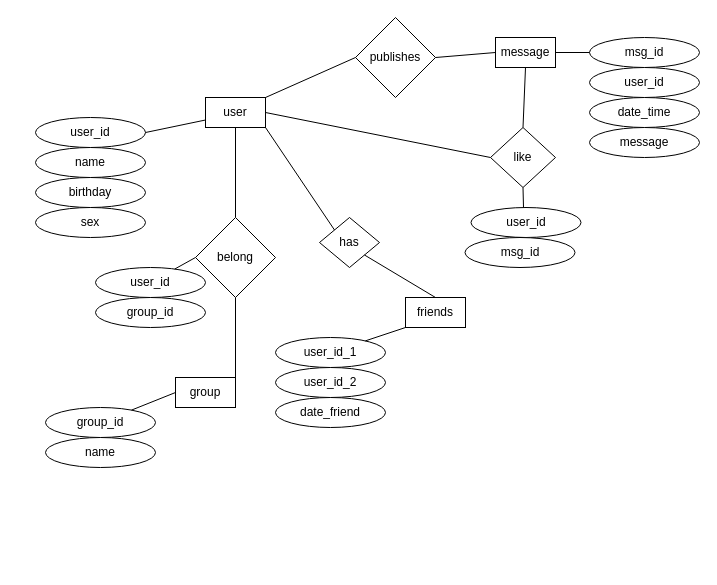
emilbreustedt/DB-Lab-1 keeps this draw.io diagram as Lab 2/LAB2_Databases.drawio. Above is the earlier version. Source tidied: cells renumbered, new cells numbered last; positions are measured from the earlier drawing's top-left corner, leaving out a move shared by most shapes. Both pictures are drawn from the tidied source at 100%, with x=0, y=0 at pixel (35, 17).
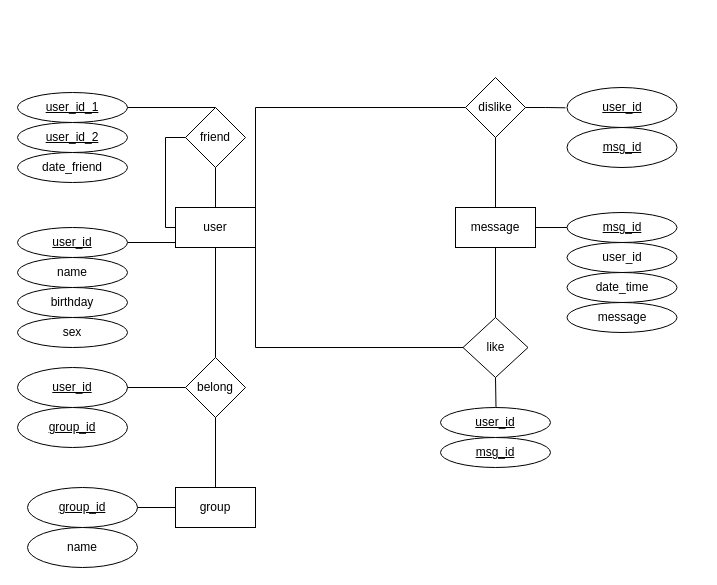
The same diagram, later.

Change to the diagram source:
```diff
@@
+    <mxCell id="41" style="edgeStyle=orthogonalEdgeStyle;rounded=0;jettySize=auto;html=1;exitX=0;exitY=1;exitDx=0;exitDy=0;entryX=1;entryY=0.5;entryDx=0;entryDy=0;endArrow=none;endFill=0;" parent="1" edge="1" source="2" target="3">
+      <mxGeometry relative="1" as="geometry">
+        <Array as="points">
+          <mxPoint x="152" y="225" />
+        </Array>
+      </mxGeometry>
+    </mxCell>
+    <mxCell id="42" style="edgeStyle=orthogonalEdgeStyle;rounded=0;jettySize=auto;html=1;exitX=0.5;exitY=1;exitDx=0;exitDy=0;endArrow=none;endFill=0;" parent="1" edge="1" source="2" target="30">
+      <mxGeometry relative="1" as="geometry" />
+    </mxCell>
+    <mxCell id="43" style="edgeStyle=orthogonalEdgeStyle;rounded=0;jettySize=auto;html=1;exitX=1;exitY=1;exitDx=0;exitDy=0;entryX=0;entryY=0.5;entryDx=0;entryDy=0;endArrow=none;endFill=0;" parent="1" edge="1" source="2" target="37">
+      <mxGeometry relative="1" as="geometry" />
+    </mxCell>
+    <mxCell id="44" style="edgeStyle=orthogonalEdgeStyle;rounded=0;jettySize=auto;html=1;exitX=1;exitY=0;exitDx=0;exitDy=0;entryX=0;entryY=0.5;entryDx=0;entryDy=0;endArrow=none;endFill=0;" parent="1" edge="1" source="2" target="55">
+      <mxGeometry relative="1" as="geometry" />
+    </mxCell>
     <mxCell id="2" value="user" style="rounded=0;whiteSpace=wrap;html=1;" parent="1" vertex="1">
-      <mxGeometry x="170" y="80" width="60" height="30" as="geometry" />
+      <mxGeometry x="140" y="190" width="80" height="40" as="geometry" />
     </mxCell>
-    <mxCell id="3" value="user_id" style="ellipse;whiteSpace=wrap;html=1;" parent="1" vertex="1">
-      <mxGeometry y="100" width="110" height="30" as="geometry" />
+    <mxCell id="3" value="&lt;u&gt;user_id&lt;/u&gt;" style="ellipse;whiteSpace=wrap;html=1;" parent="1" vertex="1">
+      <mxGeometry x="-18" y="210" width="110" height="30" as="geometry" />
     </mxCell>
     <mxCell id="4" value="name" style="ellipse;whiteSpace=wrap;html=1;" parent="1" vertex="1">
-      <mxGeometry y="130" width="110" height="30" as="geometry" />
+      <mxGeometry x="-18" y="240" width="110" height="30" as="geometry" />
     </mxCell>
     <mxCell id="5" value="birthday" style="ellipse;whiteSpace=wrap;html=1;" parent="1" vertex="1">
-      <mxGeometry y="160" width="110" height="30" as="geometry" />
+      <mxGeometry x="-18" y="270" width="110" height="30" as="geometry" />
     </mxCell>
     <mxCell id="6" value="sex" style="ellipse;whiteSpace=wrap;html=1;" parent="1" vertex="1">
-      <mxGeometry y="190" width="110" height="30" as="geometry" />
+      <mxGeometry x="-18" y="300" width="110" height="30" as="geometry" />
     </mxCell>
-    <mxCell id="7" style="endArrow=none;html=1;entryX=0;entryY=0.75;entryDx=0;entryDy=0;exitX=1;exitY=0.5;exitDx=0;exitDy=0;" parent="1" edge="1" source="3" target="2">
-      <mxGeometry relative="1" as="geometry" />
-    </mxCell>
-    <mxCell id="8" value="friends" style="rounded=0;whiteSpace=wrap;html=1;" parent="1" vertex="1">
-      <mxGeometry x="370" y="280" width="60" height="30" as="geometry" />
-    </mxCell>
-    <mxCell id="9" value="user_id_1" style="ellipse;whiteSpace=wrap;html=1;" parent="1" vertex="1">
-      <mxGeometry x="240" y="320" width="110" height="30" as="geometry" />
+    <mxCell id="9" value="&lt;u&gt;user_id_1&lt;/u&gt;" style="ellipse;whiteSpace=wrap;html=1;" parent="1" vertex="1">
+      <mxGeometry x="-18" y="75" width="110" height="30" as="geometry" />
     </mxCell>
-    <mxCell id="10" value="user_id_2" style="ellipse;whiteSpace=wrap;html=1;" parent="1" vertex="1">
-      <mxGeometry x="240" y="350" width="110" height="30" as="geometry" />
+    <mxCell id="10" value="&lt;u&gt;user_id_2&lt;/u&gt;" style="ellipse;whiteSpace=wrap;html=1;" parent="1" vertex="1">
+      <mxGeometry x="-18" y="105" width="110" height="30" as="geometry" />
     </mxCell>
     <mxCell id="11" value="date_friend" style="ellipse;whiteSpace=wrap;html=1;" parent="1" vertex="1">
-      <mxGeometry x="240" y="380" width="110" height="30" as="geometry" />
+      <mxGeometry x="-18" y="135" width="110" height="30" as="geometry" />
     </mxCell>
-    <mxCell id="12" style="endArrow=none;html=1;entryX=0;entryY=1;entryDx=0;entryDy=0;" parent="1" edge="1" source="9" target="8">
+    <mxCell id="12" style="endArrow=none;html=1;entryX=0.5;entryY=0;entryDx=0;entryDy=0;" parent="1" edge="1" source="9" target="49">
       <mxGeometry relative="1" as="geometry" />
     </mxCell>
     <mxCell id="13" value="group" style="rounded=0;whiteSpace=wrap;html=1;" parent="1" vertex="1">
-      <mxGeometry x="140" y="360" width="60" height="30" as="geometry" />
+      <mxGeometry x="140" y="470" width="80" height="40" as="geometry" />
     </mxCell>
-    <mxCell id="14" value="group_id" style="ellipse;whiteSpace=wrap;html=1;" parent="1" vertex="1">
-      <mxGeometry x="10" y="390" width="110" height="30" as="geometry" />
+    <mxCell id="14" value="&lt;u&gt;group_id&lt;/u&gt;" style="ellipse;whiteSpace=wrap;html=1;" parent="1" vertex="1">
+      <mxGeometry x="-8" y="470" width="110" height="40" as="geometry" />
     </mxCell>
     <mxCell id="15" value="name" style="ellipse;whiteSpace=wrap;html=1;" parent="1" vertex="1">
-      <mxGeometry x="10" y="420" width="110" height="30" as="geometry" />
+      <mxGeometry x="-8" y="510" width="110" height="40" as="geometry" />
     </mxCell>
@@
+    <mxCell id="45" style="edgeStyle=orthogonalEdgeStyle;rounded=0;jettySize=auto;html=1;endArrow=none;endFill=0;" parent="1" edge="1" source="17" target="37">
+      <mxGeometry relative="1" as="geometry" />
+    </mxCell>
     <mxCell id="17" value="message" style="rounded=0;whiteSpace=wrap;html=1;" parent="1" vertex="1">
-      <mxGeometry x="460" y="20" width="60" height="30" as="geometry" />
+      <mxGeometry x="420" y="190" width="80" height="40" as="geometry" />
     </mxCell>
-    <mxCell id="18" value="msg_id" style="ellipse;whiteSpace=wrap;html=1;" parent="1" vertex="1">
-      <mxGeometry x="554" y="20" width="110" height="30" as="geometry" />
+    <mxCell id="18" value="&lt;u&gt;msg_id&lt;/u&gt;" style="ellipse;whiteSpace=wrap;html=1;" parent="1" vertex="1">
+      <mxGeometry x="531.5" y="195" width="110" height="30" as="geometry" />
     </mxCell>
     <mxCell id="19" value="user_id" style="ellipse;whiteSpace=wrap;html=1;" parent="1" vertex="1">
-      <mxGeometry x="554" y="50" width="110" height="30" as="geometry" />
+      <mxGeometry x="531.5" y="225" width="110" height="30" as="geometry" />
     </mxCell>
     <mxCell id="20" value="date_time" style="ellipse;whiteSpace=wrap;html=1;" parent="1" vertex="1">
-      <mxGeometry x="554" y="80" width="110" height="30" as="geometry" />
+      <mxGeometry x="531.5" y="255" width="110" height="30" as="geometry" />
     </mxCell>
     <mxCell id="21" value="message" style="ellipse;whiteSpace=wrap;html=1;" parent="1" vertex="1">
-      <mxGeometry x="554" y="110" width="110" height="30" as="geometry" />
+      <mxGeometry x="531.5" y="285" width="110" height="30" as="geometry" />
     </mxCell>
@@
-    <mxCell id="23" value="user_id" style="ellipse;whiteSpace=wrap;html=1;" parent="1" vertex="1">
-      <mxGeometry x="435.5" y="190" width="110" height="30" as="geometry" />
+    <mxCell id="23" value="&lt;u&gt;user_id&lt;/u&gt;" style="ellipse;whiteSpace=wrap;html=1;" parent="1" vertex="1">
+      <mxGeometry x="405" y="390" width="110" height="30" as="geometry" />
     </mxCell>
-    <mxCell id="24" value="msg_id" style="ellipse;whiteSpace=wrap;html=1;" parent="1" vertex="1">
-      <mxGeometry x="429.5" y="220" width="110" height="30" as="geometry" />
+    <mxCell id="24" value="&lt;u&gt;msg_id&lt;/u&gt;" style="ellipse;whiteSpace=wrap;html=1;" parent="1" vertex="1">
+      <mxGeometry x="405" y="420" width="110" height="30" as="geometry" />
     </mxCell>
     <mxCell id="25" style="endArrow=none;html=1;entryX=0.5;entryY=1;entryDx=0;entryDy=0;" parent="1" edge="1" target="37">
       <mxGeometry relative="1" as="geometry">
-        <mxPoint x="488" y="190" as="sourcePoint" />
+        <mxPoint x="460.5" y="390" as="sourcePoint" />
       </mxGeometry>
     </mxCell>
-    <mxCell id="26" value="publishes" style="rhombus;whiteSpace=wrap;html=1;" parent="1" vertex="1">
-      <mxGeometry x="320" width="80" height="80" as="geometry" />
-    </mxCell>
-    <mxCell id="27" value="user_id" style="ellipse;whiteSpace=wrap;html=1;" parent="1" vertex="1">
-      <mxGeometry x="60" y="250" width="110" height="30" as="geometry" />
+    <mxCell id="27" value="&lt;u&gt;user_id&lt;/u&gt;" style="ellipse;whiteSpace=wrap;html=1;" parent="1" vertex="1">
+      <mxGeometry x="-18" y="350" width="110" height="40" as="geometry" />
     </mxCell>
-    <mxCell id="28" value="group_id" style="ellipse;whiteSpace=wrap;html=1;" parent="1" vertex="1">
-      <mxGeometry x="60" y="280" width="110" height="30" as="geometry" />
+    <mxCell id="28" value="&lt;u&gt;group_id&lt;/u&gt;" style="ellipse;whiteSpace=wrap;html=1;" parent="1" vertex="1">
+      <mxGeometry x="-18" y="390" width="110" height="40" as="geometry" />
     </mxCell>
-    <mxCell id="29" style="endArrow=none;html=1;entryX=0;entryY=0.5;entryDx=0;entryDy=0;" parent="1" edge="1" source="27" target="30">
-      <mxGeometry relative="1" as="geometry" />
-    </mxCell>
+    <mxCell id="46" style="edgeStyle=orthogonalEdgeStyle;rounded=0;jettySize=auto;html=1;exitX=0;exitY=0.5;exitDx=0;exitDy=0;entryX=1;entryY=0.5;entryDx=0;entryDy=0;endArrow=none;endFill=0;" parent="1" edge="1" source="30" target="27">
+      <mxGeometry relative="1" as="geometry" />
+    </mxCell>
     <mxCell id="30" value="belong" style="rhombus;whiteSpace=wrap;html=1;" parent="1" vertex="1">
-      <mxGeometry x="160" y="200" width="80" height="80" as="geometry" />
+      <mxGeometry x="150" y="340" width="60" height="60" as="geometry" />
     </mxCell>
-    <mxCell id="31" style="endArrow=none;html=1;exitX=1;exitY=0;exitDx=0;exitDy=0;entryX=0;entryY=0.5;entryDx=0;entryDy=0;" parent="1" edge="1" source="2" target="26">
-      <mxGeometry relative="1" as="geometry" />
-    </mxCell>
-    <mxCell id="32" style="endArrow=none;html=1;exitX=1;exitY=0.5;exitDx=0;exitDy=0;entryX=0;entryY=0.5;entryDx=0;entryDy=0;" parent="1" edge="1" source="26" target="17">
-      <mxGeometry relative="1" as="geometry" />
-    </mxCell>
-    <mxCell id="33" style="endArrow=none;html=1;entryX=0.5;entryY=1;entryDx=0;entryDy=0;exitX=0.5;exitY=0;exitDx=0;exitDy=0;" parent="1" edge="1" source="30" target="2">
-      <mxGeometry relative="1" as="geometry" />
-    </mxCell>
-    <mxCell id="34" style="endArrow=none;html=1;entryX=0.5;entryY=1;entryDx=0;entryDy=0;exitX=1;exitY=0;exitDx=0;exitDy=0;" parent="1" edge="1" source="13" target="30">
+    <mxCell id="34" style="endArrow=none;html=1;entryX=0.5;entryY=1;entryDx=0;entryDy=0;exitX=0.5;exitY=0;exitDx=0;exitDy=0;" parent="1" edge="1" source="13" target="30">
       <mxGeometry relative="1" as="geometry" />
     </mxCell>
-    <mxCell id="35" style="endArrow=none;html=1;entryX=1;entryY=0.5;entryDx=0;entryDy=0;exitX=0;exitY=0.5;exitDx=0;exitDy=0;" parent="1" edge="1" source="37" target="2">
-      <mxGeometry relative="1" as="geometry" />
-    </mxCell>
-    <mxCell id="36" style="endArrow=none;html=1;exitX=0.5;exitY=0;exitDx=0;exitDy=0;entryX=0.5;entryY=1;entryDx=0;entryDy=0;" parent="1" edge="1" source="37" target="17">
-      <mxGeometry relative="1" as="geometry" />
-    </mxCell>
     <mxCell id="37" value="like" style="rhombus;whiteSpace=wrap;html=1;" parent="1" vertex="1">
-      <mxGeometry x="455" y="110" width="65" height="60" as="geometry" />
+      <mxGeometry x="427.5" y="300" width="65" height="60" as="geometry" />
     </mxCell>
-    <mxCell id="38" value="has" style="rhombus;whiteSpace=wrap;html=1;" parent="1" vertex="1">
-      <mxGeometry x="284" y="200" width="60" height="50" as="geometry" />
-    </mxCell>
-    <mxCell id="39" style="endArrow=none;html=1;entryX=1;entryY=1;entryDx=0;entryDy=0;exitX=0;exitY=0;exitDx=0;exitDy=0;" parent="1" edge="1" source="38" target="2">
+    <mxCell id="39" style="endArrow=none;html=1;exitX=0.5;exitY=1;exitDx=0;exitDy=0;entryX=0.5;entryY=0;entryDx=0;entryDy=0;" parent="1" edge="1" source="49" target="2">
       <mxGeometry relative="1" as="geometry" />
     </mxCell>
-    <mxCell id="40" style="endArrow=none;html=1;entryX=1;entryY=1;entryDx=0;entryDy=0;exitX=0.5;exitY=0;exitDx=0;exitDy=0;" parent="1" edge="1" source="8" target="38">
-      <mxGeometry relative="1" as="geometry" />
-    </mxCell>
+    <mxCell id="47" style="edgeStyle=orthogonalEdgeStyle;rounded=0;orthogonalLoop=1;jettySize=auto;html=1;strokeColor=none;endArrow=none;endFill=0;" parent="1" edge="1">
+      <mxGeometry relative="1" as="geometry">
+        <mxPoint x="120" y="190" as="sourcePoint" />
+        <mxPoint x="120" y="200" as="targetPoint" />
+      </mxGeometry>
+    </mxCell>
+    <mxCell id="48" style="edgeStyle=orthogonalEdgeStyle;rounded=0;jettySize=auto;html=1;exitX=0;exitY=0.5;exitDx=0;exitDy=0;entryX=0;entryY=0.5;entryDx=0;entryDy=0;endArrow=none;endFill=0;" parent="1" edge="1" source="49" target="2">
+      <mxGeometry relative="1" as="geometry" />
+    </mxCell>
+    <mxCell id="49" value="friend" style="shape=rhombus;perimeter=rhombusPerimeter;whiteSpace=wrap;html=1;align=center;" parent="1" vertex="1">
+      <mxGeometry x="150" y="90" width="60" height="60" as="geometry" />
+    </mxCell>
+    <mxCell id="50" value="&lt;u&gt;user_id&lt;/u&gt;" style="ellipse;whiteSpace=wrap;html=1;" parent="1" vertex="1">
+      <mxGeometry x="531.5" y="70" width="110" height="40" as="geometry" />
+    </mxCell>
+    <mxCell id="51" value="&lt;u&gt;msg_id&lt;/u&gt;" style="ellipse;whiteSpace=wrap;html=1;" parent="1" vertex="1">
+      <mxGeometry x="531.5" y="110" width="110" height="40" as="geometry" />
+    </mxCell>
+    <mxCell id="52" style="endArrow=none;html=1;entryX=0.5;entryY=1;entryDx=0;entryDy=0;exitX=0.5;exitY=0;exitDx=0;exitDy=0;" parent="1" edge="1" source="17" target="55">
+      <mxGeometry relative="1" as="geometry" />
+    </mxCell>
+    <mxCell id="53" style="edgeStyle=orthogonalEdgeStyle;rounded=0;jettySize=auto;html=1;exitX=1;exitY=0.5;exitDx=0;exitDy=0;endArrow=none;endFill=0;" parent="1" edge="1" source="55">
+      <mxGeometry relative="1" as="geometry">
+        <mxPoint x="530" y="90.3" as="targetPoint" />
+      </mxGeometry>
+    </mxCell>
+    <mxCell id="54" style="edgeStyle=orthogonalEdgeStyle;rounded=0;jettySize=auto;html=1;exitX=1;exitY=0.5;exitDx=0;exitDy=0;endArrow=none;endFill=0;" parent="1" edge="1" source="55">
+      <mxGeometry relative="1" as="geometry">
+        <mxPoint x="500" y="90.3" as="targetPoint" />
+      </mxGeometry>
+    </mxCell>
+    <mxCell id="55" value="dislike" style="rhombus;whiteSpace=wrap;html=1;" parent="1" vertex="1">
+      <mxGeometry x="430" y="60" width="60" height="60" as="geometry" />
+    </mxCell>
```
